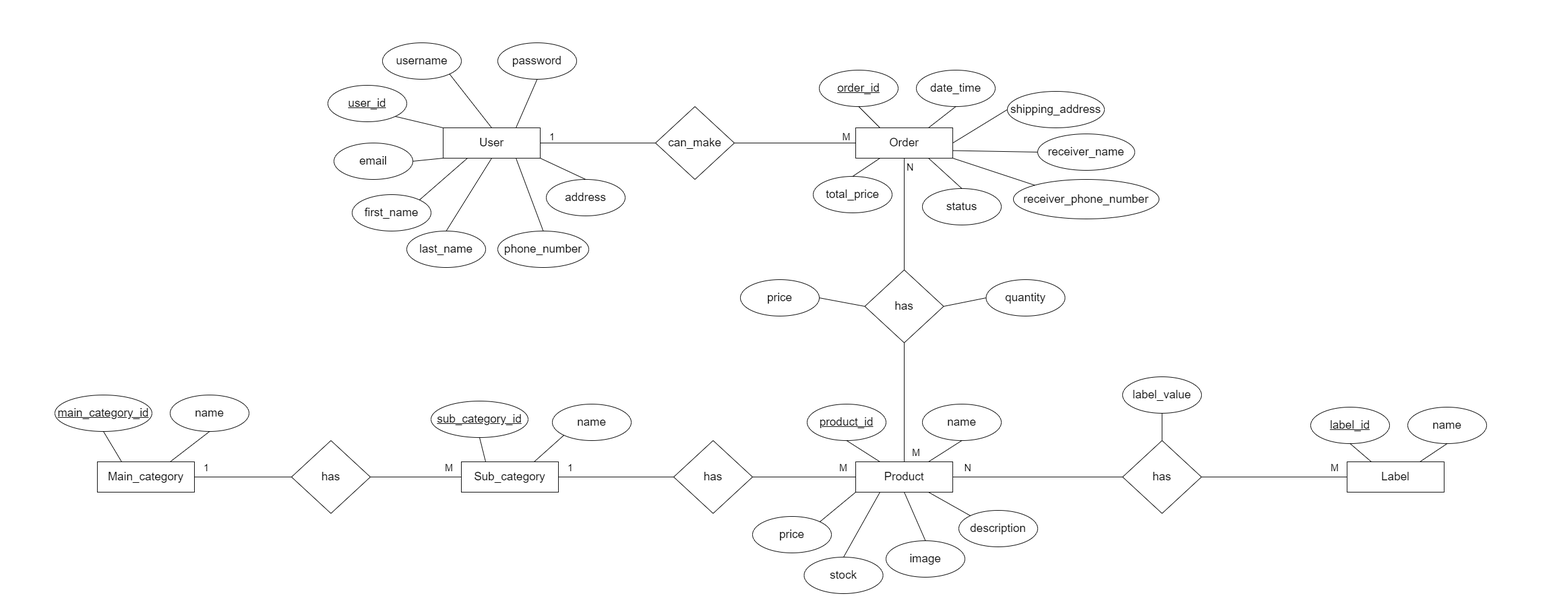
Before: Database Management/ER Diagram.png, a diagram exported from draw.io (Kasun-Abeywickrama/DEA-Project). Source tidied: cells renumbered, new cells last; positions are measured from the earlier drawing's top-left corner, leaving out a move shared by most shapes.
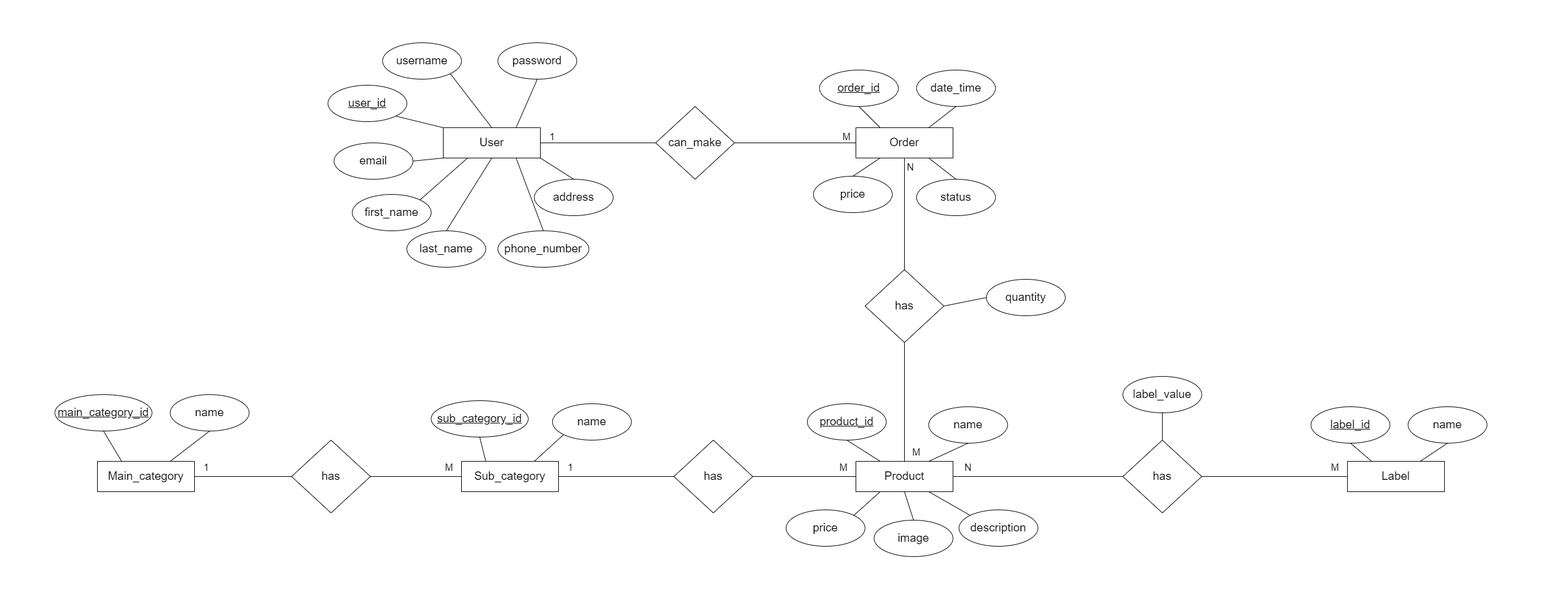
The same file after the commit.

The edit, as a diff of the source:
```diff
@@ -96,7 +96,7 @@
       <mxGeometry x="540" y="140" width="130" height="60" as="geometry" />
     </mxCell>
     <mxCell id="33" value="&lt;font style=&quot;font-size: 19px;&quot;&gt;address&lt;/font&gt;" style="ellipse;whiteSpace=wrap;html=1;" parent="1" vertex="1">
-      <mxGeometry x="900" y="295" width="130" height="60" as="geometry" />
+      <mxGeometry x="880" y="295" width="130" height="60" as="geometry" />
     </mxCell>
     <mxCell id="34" value="&lt;font style=&quot;font-size: 19px;&quot;&gt;email&lt;/font&gt;" style="ellipse;whiteSpace=wrap;html=1;" parent="1" vertex="1">
       <mxGeometry x="550" y="235" width="130" height="60" as="geometry" />
@@ -125,7 +125,7 @@
     <mxCell id="42" style="endArrow=none;html=1;rounded=0;exitX=1;exitY=0.5;exitDx=0;exitDy=0;entryX=0;entryY=1;entryDx=0;entryDy=0;" parent="1" edge="1" source="34" target="2">
       <mxGeometry relative="1" as="geometry" />
     </mxCell>
-    <mxCell id="43" value="&lt;font style=&quot;font-size: 19px;&quot;&gt;total_price&lt;br&gt;&lt;/font&gt;" style="ellipse;whiteSpace=wrap;html=1;" parent="1" vertex="1">
+    <mxCell id="43" value="&lt;font style=&quot;font-size: 19px;&quot;&gt;price&lt;/font&gt;" style="ellipse;whiteSpace=wrap;html=1;" parent="1" vertex="1">
       <mxGeometry x="1340" y="290" width="130" height="60" as="geometry" />
     </mxCell>
     <mxCell id="44" value="&lt;font style=&quot;font-size: 19px;&quot;&gt;date_time&lt;/font&gt;" style="ellipse;whiteSpace=wrap;html=1;" parent="1" vertex="1">
@@ -135,7 +135,7 @@
       <mxGeometry x="1350" y="115" width="130" height="60" as="geometry" />
     </mxCell>
     <mxCell id="46" value="&lt;font style=&quot;font-size: 19px;&quot;&gt;status&lt;/font&gt;" style="ellipse;whiteSpace=wrap;html=1;" parent="1" vertex="1">
-      <mxGeometry x="1520" y="310" width="130" height="60" as="geometry" />
+      <mxGeometry x="1510" y="295" width="130" height="60" as="geometry" />
     </mxCell>
     <mxCell id="47" style="endArrow=none;html=1;rounded=0;exitX=0.75;exitY=0;exitDx=0;exitDy=0;entryX=0.5;entryY=1;entryDx=0;entryDy=0;" parent="1" edge="1" source="6" target="44">
       <mxGeometry relative="1" as="geometry" />
@@ -150,19 +150,19 @@
       <mxGeometry relative="1" as="geometry" />
     </mxCell>
     <mxCell id="51" value="&lt;font style=&quot;font-size: 19px;&quot;&gt;price&lt;/font&gt;" style="ellipse;whiteSpace=wrap;html=1;" parent="1" vertex="1">
-      <mxGeometry x="1240" y="850" width="130" height="60" as="geometry" />
+      <mxGeometry x="1295" y="840" width="130" height="60" as="geometry" />
     </mxCell>
     <mxCell id="52" value="&lt;font style=&quot;font-size: 19px;&quot;&gt;description&lt;/font&gt;" style="ellipse;whiteSpace=wrap;html=1;" parent="1" vertex="1">
       <mxGeometry x="1580" y="840" width="130" height="60" as="geometry" />
     </mxCell>
     <mxCell id="53" value="&lt;font style=&quot;font-size: 19px;&quot;&gt;name&lt;/font&gt;" style="ellipse;whiteSpace=wrap;html=1;" parent="1" vertex="1">
-      <mxGeometry x="1520" y="665" width="130" height="60" as="geometry" />
+      <mxGeometry x="1530" y="670" width="130" height="60" as="geometry" />
     </mxCell>
     <mxCell id="54" value="&lt;font style=&quot;font-size: 19px;&quot;&gt;&lt;u&gt;product_id&lt;/u&gt;&lt;/font&gt;" style="ellipse;whiteSpace=wrap;html=1;" parent="1" vertex="1">
       <mxGeometry x="1330" y="665" width="130" height="60" as="geometry" />
     </mxCell>
     <mxCell id="55" value="&lt;font style=&quot;font-size: 19px;&quot;&gt;image&lt;/font&gt;" style="ellipse;whiteSpace=wrap;html=1;" parent="1" vertex="1">
-      <mxGeometry x="1460" y="890" width="130" height="60" as="geometry" />
+      <mxGeometry x="1440" y="857" width="130" height="60" as="geometry" />
     </mxCell>
     <mxCell id="56" style="endArrow=none;html=1;rounded=0;entryX=0.5;entryY=1;entryDx=0;entryDy=0;exitX=0.5;exitY=0;exitDx=0;exitDy=0;" parent="1" edge="1" source="55" target="3">
       <mxGeometry relative="1" as="geometry" />
@@ -176,7 +176,7 @@
     <mxCell id="59" style="endArrow=none;html=1;rounded=0;entryX=0;entryY=0;entryDx=0;entryDy=0;exitX=0.75;exitY=1;exitDx=0;exitDy=0;" parent="1" edge="1" source="3" target="52">
       <mxGeometry relative="1" as="geometry" />
     </mxCell>
-    <mxCell id="60" style="endArrow=none;html=1;rounded=0;exitX=1;exitY=0;exitDx=0;exitDy=0;entryX=0;entryY=1;entryDx=0;entryDy=0;" parent="1" edge="1" source="51" target="3">
+    <mxCell id="60" style="endArrow=none;html=1;rounded=0;exitX=1;exitY=0;exitDx=0;exitDy=0;entryX=0.25;entryY=1;entryDx=0;entryDy=0;" parent="1" edge="1" source="51" target="3">
       <mxGeometry relative="1" as="geometry" />
     </mxCell>
     <mxCell id="61" value="&lt;font style=&quot;font-size: 19px;&quot;&gt;&lt;u&gt;sub_category_id&lt;/u&gt;&lt;/font&gt;" style="ellipse;whiteSpace=wrap;html=1;" parent="1" vertex="1">
@@ -269,35 +269,5 @@
         <mxPoint x="1720" as="targetPoint" />
       </mxGeometry>
     </mxCell>
-    <mxCell id="87" value="&lt;font style=&quot;font-size: 19px;&quot;&gt;shipping_address&lt;/font&gt;" style="ellipse;whiteSpace=wrap;html=1;" parent="1" vertex="1">
-      <mxGeometry x="1660" y="150" width="160" height="60" as="geometry" />
-    </mxCell>
-    <mxCell id="88" style="endArrow=none;html=1;rounded=0;exitX=1;exitY=0.5;exitDx=0;exitDy=0;entryX=0;entryY=0.5;entryDx=0;entryDy=0;" parent="1" edge="1" source="6" target="87">
-      <mxGeometry relative="1" as="geometry" />
-    </mxCell>
-    <mxCell id="89" value="&lt;font style=&quot;font-size: 19px;&quot;&gt;price&lt;/font&gt;" style="ellipse;whiteSpace=wrap;html=1;" parent="1" vertex="1">
-      <mxGeometry x="1220" y="460" width="130" height="60" as="geometry" />
-    </mxCell>
-    <mxCell id="90" style="endArrow=none;html=1;rounded=0;exitX=0;exitY=0.5;exitDx=0;exitDy=0;entryX=1;entryY=0.5;entryDx=0;entryDy=0;" parent="1" edge="1" source="17" target="89">
-      <mxGeometry relative="1" as="geometry" />
-    </mxCell>
-    <mxCell id="91" value="&lt;font style=&quot;font-size: 19px;&quot;&gt;receiver_name&lt;/font&gt;" style="ellipse;whiteSpace=wrap;html=1;" parent="1" vertex="1">
-      <mxGeometry x="1710" y="220" width="160" height="60" as="geometry" />
-    </mxCell>
-    <mxCell id="92" value="&lt;font style=&quot;font-size: 19px;&quot;&gt;receiver_phone_number&lt;/font&gt;" style="ellipse;whiteSpace=wrap;html=1;" parent="1" vertex="1">
-      <mxGeometry x="1670" y="295" width="240" height="65" as="geometry" />
-    </mxCell>
-    <mxCell id="93" style="endArrow=none;html=1;rounded=0;exitX=1;exitY=0.75;exitDx=0;exitDy=0;entryX=0;entryY=0.5;entryDx=0;entryDy=0;" parent="1" edge="1" source="6" target="91">
-      <mxGeometry relative="1" as="geometry" />
-    </mxCell>
-    <mxCell id="94" style="endArrow=none;html=1;rounded=0;exitX=1;exitY=1;exitDx=0;exitDy=0;entryX=0;entryY=0;entryDx=0;entryDy=0;" parent="1" edge="1" source="6" target="92">
-      <mxGeometry relative="1" as="geometry" />
-    </mxCell>
-    <mxCell id="95" value="&lt;font style=&quot;font-size: 19px;&quot;&gt;stock&lt;/font&gt;" style="ellipse;whiteSpace=wrap;html=1;" parent="1" vertex="1">
-      <mxGeometry x="1325" y="917" width="130" height="60" as="geometry" />
-    </mxCell>
-    <mxCell id="96" style="endArrow=none;html=1;rounded=0;exitX=0.5;exitY=0;exitDx=0;exitDy=0;entryX=0.25;entryY=1;entryDx=0;entryDy=0;" parent="1" edge="1" source="95" target="3">
-      <mxGeometry relative="1" as="geometry" />
-    </mxCell>
   </root>
 </mxGraphModel>
```
